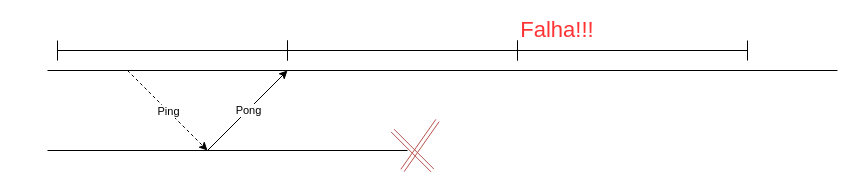
lasarojc/ds_notes keeps this draw.io diagram as page "failure" (3 of 4) of docs/drawings/failure_detector.drawio. Above is the earlier version. Source tidied: cells renumbered, new cells numbered last; positions are measured from the earlier drawing's top-left corner, leaving out a move shared by most shapes. Both pictures are drawn from the tidied source at 100%, with x=0, y=0 at pixel (47, 20).
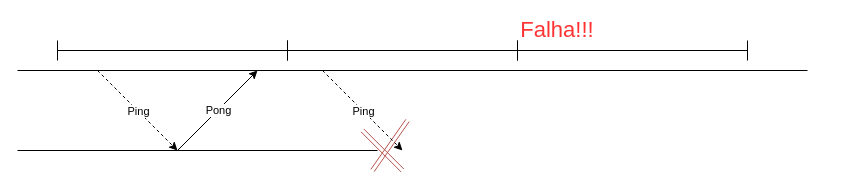
After the change.

Change to the diagram source:
```diff
@@
     <mxCell id="2" style="endArrow=none;html=1;" parent="1" edge="1">
       <mxGeometry relative="1" as="geometry">
-        <mxPoint y="50" as="sourcePoint" />
-        <mxPoint x="790" y="50" as="targetPoint" />
+        <mxPoint x="-30" y="50" as="sourcePoint" />
+        <mxPoint x="760" y="50" as="targetPoint" />
       </mxGeometry>
     </mxCell>
     <mxCell id="3" style="endArrow=none;html=1;" parent="1" edge="1">
       <mxGeometry relative="1" as="geometry">
-        <mxPoint y="130" as="sourcePoint" />
-        <mxPoint x="360" y="130" as="targetPoint" />
+        <mxPoint x="-30" y="130" as="sourcePoint" />
+        <mxPoint x="330" y="130" as="targetPoint" />
       </mxGeometry>
     </mxCell>
     <mxCell id="4" style="endArrow=classic;html=1;dashed=1;" parent="1" edge="1">
       <mxGeometry relative="1" as="geometry">
-        <mxPoint x="80" y="50" as="sourcePoint" />
-        <mxPoint x="160" y="130" as="targetPoint" />
+        <mxPoint x="50" y="50" as="sourcePoint" />
+        <mxPoint x="130" y="130" as="targetPoint" />
       </mxGeometry>
     </mxCell>
@@
     <mxCell id="6" style="endArrow=classic;html=1;" parent="1" edge="1">
       <mxGeometry relative="1" as="geometry">
-        <mxPoint x="160" y="130" as="sourcePoint" />
-        <mxPoint x="240" y="50" as="targetPoint" />
+        <mxPoint x="130" y="130" as="sourcePoint" />
+        <mxPoint x="210" y="50" as="targetPoint" />
       </mxGeometry>
     </mxCell>
@@
     <mxCell id="11" style="shape=link;html=1;fillColor=#f8cecc;strokeColor=#b85450;" parent="1" edge="1">
       <mxGeometry relative="1" as="geometry">
-        <mxPoint x="345" y="110" as="sourcePoint" />
-        <mxPoint x="385" y="150" as="targetPoint" />
+        <mxPoint x="315" y="110" as="sourcePoint" />
+        <mxPoint x="355" y="150" as="targetPoint" />
       </mxGeometry>
     </mxCell>
     <mxCell id="12" style="shape=link;html=1;fillColor=#f8cecc;strokeColor=#b85450;" parent="1" edge="1">
       <mxGeometry relative="1" as="geometry">
-        <mxPoint x="355" y="150" as="sourcePoint" />
-        <mxPoint x="390" y="100" as="targetPoint" />
+        <mxPoint x="325" y="150" as="sourcePoint" />
+        <mxPoint x="360" y="100" as="targetPoint" />
       </mxGeometry>
     </mxCell>
@@
+    <mxCell id="14" style="endArrow=classic;html=1;dashed=1;" parent="1" edge="1">
+      <mxGeometry relative="1" as="geometry">
+        <mxPoint x="275" y="50" as="sourcePoint" />
+        <mxPoint x="355" y="130" as="targetPoint" />
+      </mxGeometry>
+    </mxCell>
+    <mxCell id="15" value="Ping" style="edgeLabel;html=1;align=center;verticalAlign=middle;" parent="14" vertex="1">
+      <mxGeometry relative="1" as="geometry" />
+    </mxCell>
```
